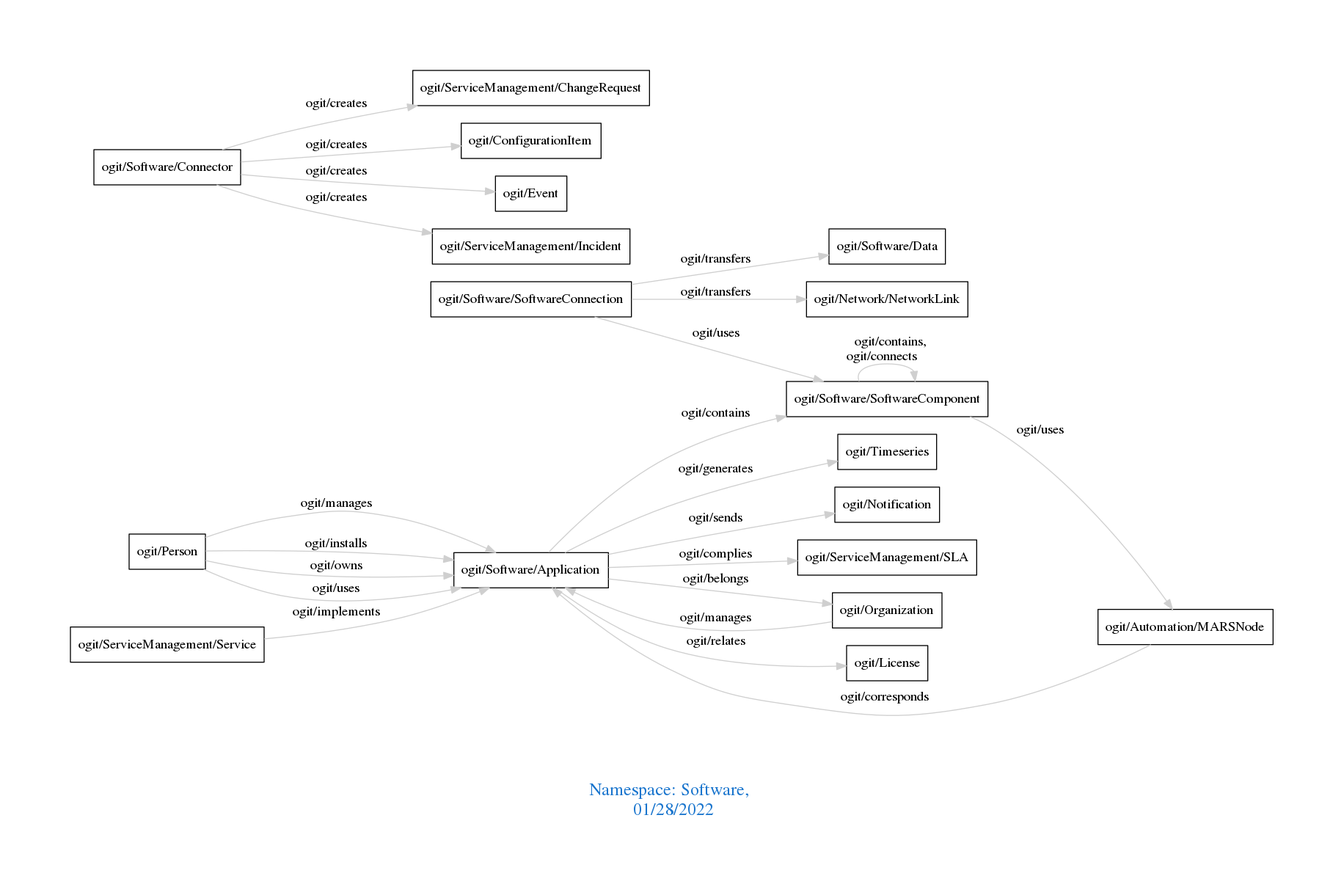
The Graphviz diagram downloads/Software.png in arago/OGIT, before a commit. Its source is kept beside it as downloads/Software.dot.
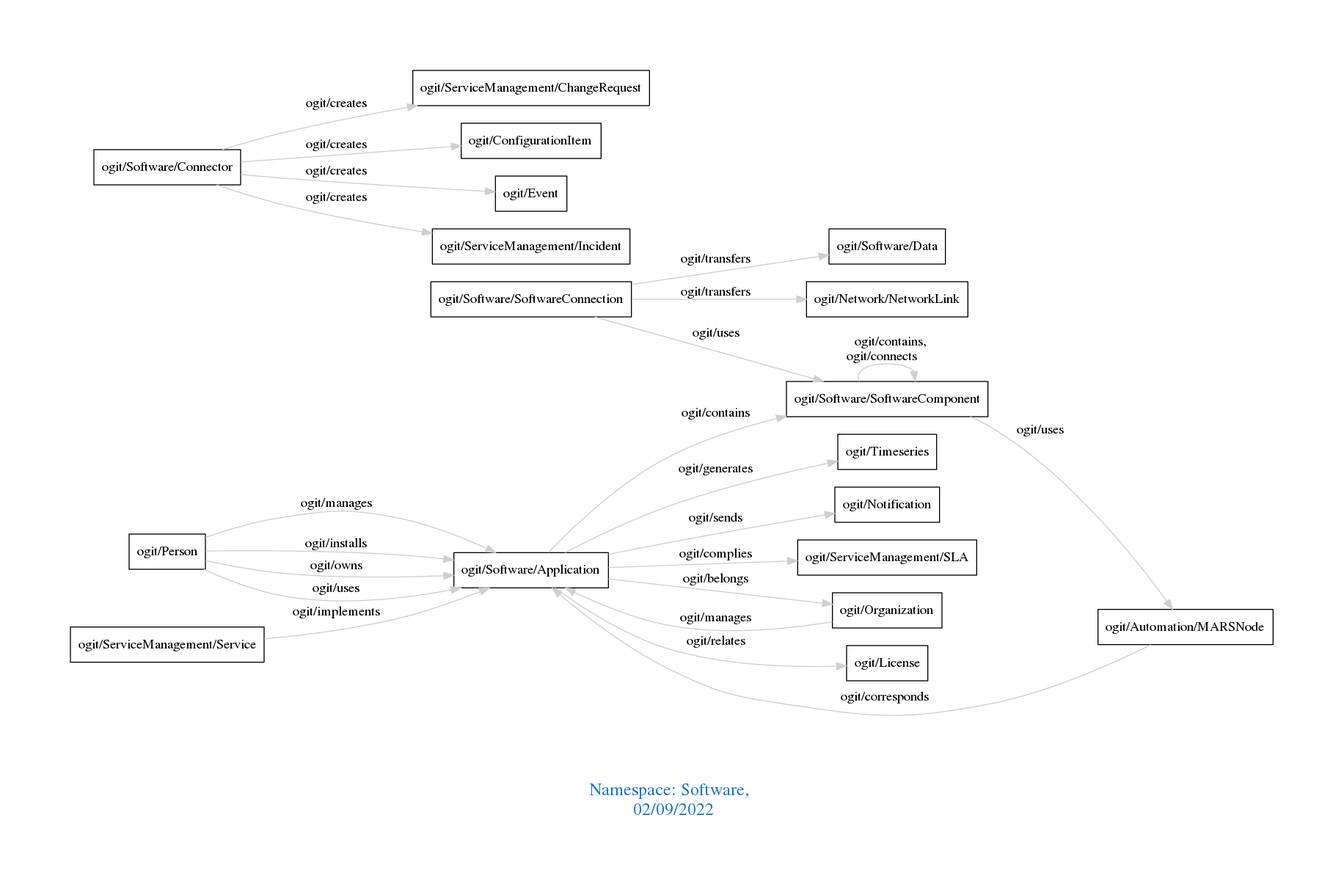
Later version of the same file.

What changed in the source:
```diff
@@ -1,7 +1,7 @@
 digraph OGIT_ontology {
  graph [ rankdir= LR,pad=1
 fontsize = 18,
-fontcolor= dodgerblue3,label = "\n\n\nNamespace: Software, \n 01/28/2022"];
+fontcolor= dodgerblue3,label = "\n\n\nNamespace: Software, \n 02/09/2022"];
 node[shape=polygon];
 edge [  color="gray81"];
 
```
